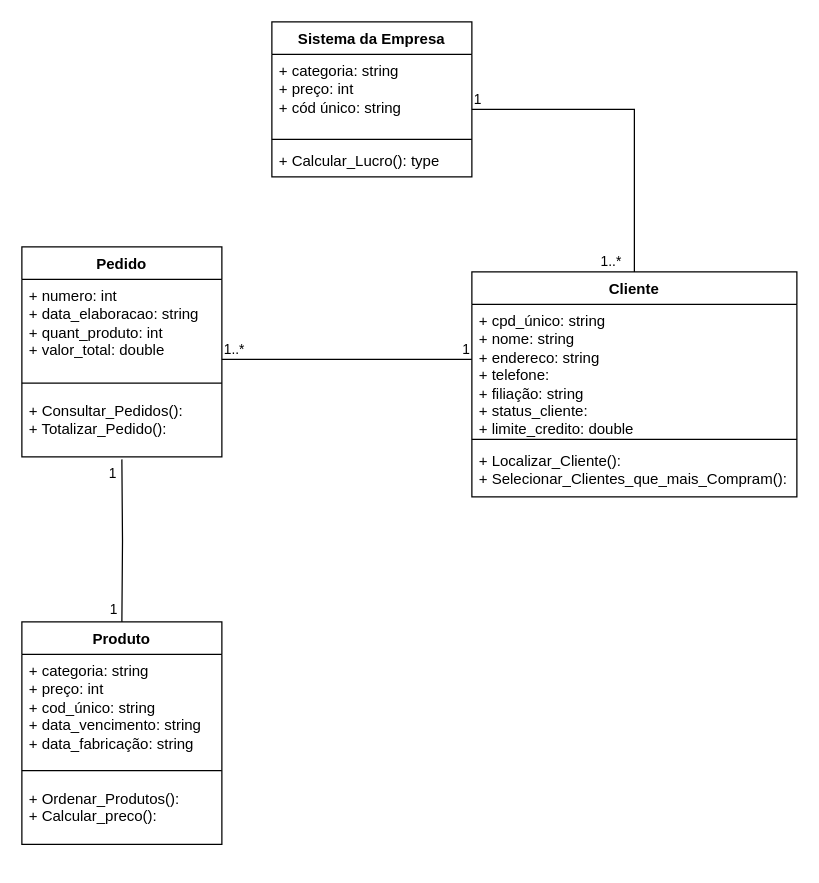
The draw.io diagram Diagrama3.drawio in NicolasEisfeld/Desen-Sistemas-EMI1, before the edit. Source tidied: cells renumbered, new cells numbered last; positions are measured from the earlier drawing's top-left corner, leaving out a move shared by most shapes. Both pictures are drawn from the tidied source at 125%, with x=0, y=0 at pixel (21, 21).
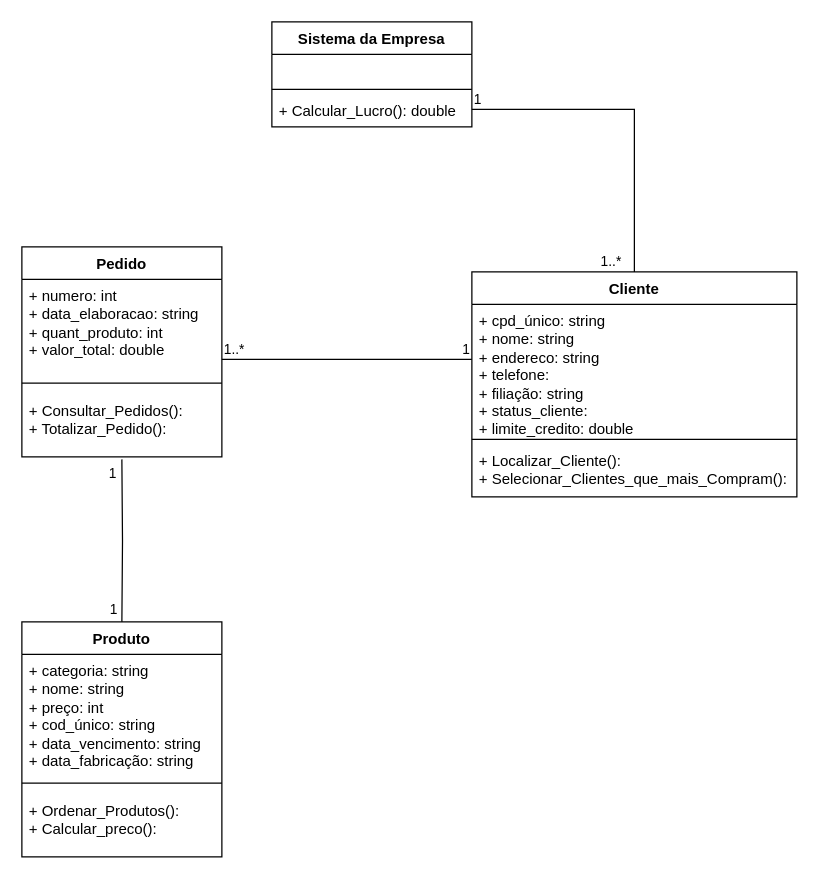
The same page after the edit.

The edit, as a diff of the source:
```diff
@@
     <mxCell id="2" value="Produto" style="swimlane;fontStyle=1;align=center;verticalAlign=top;horizontal=1;startSize=26;whiteSpace=wrap;html=1;" parent="1" vertex="1">
-      <mxGeometry y="480" width="160" height="178" as="geometry" />
+      <mxGeometry y="480" width="160" height="188" as="geometry" />
     </mxCell>
-    <mxCell id="3" value="+ categoria: string&lt;br&gt;+ preço: int&lt;div style=&quot;forced-color-adjust: none;&quot;&gt;+ cod_único: string&lt;br&gt;+ data_vencimento: string&lt;/div&gt;&lt;div style=&quot;forced-color-adjust: none;&quot;&gt;+ data_fabricação: string&lt;/div&gt;" style="text;strokeColor=none;fillColor=none;align=left;verticalAlign=top;spacingLeft=4;spacingRight=4;overflow=hidden;whiteSpace=wrap;html=1;" parent="2" vertex="1">
-      <mxGeometry y="26" width="160" height="84" as="geometry" />
+    <mxCell id="3" value="+ categoria: string&lt;div&gt;+ nome: string&lt;br&gt;+ preço: int&lt;div style=&quot;forced-color-adjust: none;&quot;&gt;+ cod_único: string&lt;br&gt;+ data_vencimento: string&lt;/div&gt;&lt;div style=&quot;forced-color-adjust: none;&quot;&gt;+ data_fabricação: string&lt;/div&gt;&lt;/div&gt;" style="text;strokeColor=none;fillColor=none;align=left;verticalAlign=top;spacingLeft=4;spacingRight=4;overflow=hidden;whiteSpace=wrap;html=1;" parent="2" vertex="1">
+      <mxGeometry y="26" width="160" height="94" as="geometry" />
     </mxCell>
     <mxCell id="4" style="line;strokeWidth=1;fillColor=none;align=left;verticalAlign=middle;spacingTop=-1;spacingLeft=3;spacingRight=3;labelPosition=right;strokeColor=inherit;" parent="2" vertex="1">
-      <mxGeometry y="110" width="160" height="18" as="geometry" />
+      <mxGeometry y="120" width="160" height="18" as="geometry" />
     </mxCell>
     <mxCell id="5" value="+ Ordenar_Produtos():&amp;nbsp;&lt;div&gt;+ Calcular_preco():&amp;nbsp;&lt;/div&gt;" style="text;strokeColor=none;fillColor=none;align=left;verticalAlign=top;spacingLeft=4;spacingRight=4;overflow=hidden;whiteSpace=wrap;html=1;" parent="2" vertex="1">
-      <mxGeometry y="128" width="160" height="50" as="geometry" />
+      <mxGeometry y="138" width="160" height="50" as="geometry" />
     </mxCell>
@@
     <mxCell id="10" value="Sistema da Empresa" style="swimlane;fontStyle=1;align=center;verticalAlign=top;horizontal=1;startSize=26;whiteSpace=wrap;html=1;" parent="1" vertex="1">
-      <mxGeometry x="200" width="160" height="124" as="geometry" />
+      <mxGeometry x="200" width="160" height="84" as="geometry" />
     </mxCell>
-    <mxCell id="11" value="+ categoria: string&lt;br&gt;+ preço: int&lt;div style=&quot;forced-color-adjust: none;&quot;&gt;+ cód único: string&lt;br&gt;&lt;br&gt;&lt;/div&gt;" style="text;strokeColor=none;fillColor=none;align=left;verticalAlign=top;spacingLeft=4;spacingRight=4;overflow=hidden;whiteSpace=wrap;html=1;" parent="10" vertex="1">
-      <mxGeometry y="26" width="160" height="64" as="geometry" />
+    <mxCell id="11" value="&lt;div style=&quot;forced-color-adjust: none;&quot;&gt;&lt;br&gt;&lt;/div&gt;" style="text;strokeColor=none;fillColor=none;align=left;verticalAlign=top;spacingLeft=4;spacingRight=4;overflow=hidden;whiteSpace=wrap;html=1;" parent="10" vertex="1">
+      <mxGeometry y="26" width="160" height="24" as="geometry" />
     </mxCell>
     <mxCell id="12" style="line;strokeWidth=1;fillColor=none;align=left;verticalAlign=middle;spacingTop=-1;spacingLeft=3;spacingRight=3;labelPosition=right;strokeColor=inherit;" parent="10" vertex="1">
-      <mxGeometry y="90" width="160" height="8" as="geometry" />
+      <mxGeometry y="50" width="160" height="8" as="geometry" />
     </mxCell>
-    <mxCell id="13" value="+ Calcular_Lucro(): type" style="text;strokeColor=none;fillColor=none;align=left;verticalAlign=top;spacingLeft=4;spacingRight=4;overflow=hidden;whiteSpace=wrap;html=1;" parent="10" vertex="1">
-      <mxGeometry y="98" width="160" height="26" as="geometry" />
+    <mxCell id="13" value="+ Calcular_Lucro(): double" style="text;strokeColor=none;fillColor=none;align=left;verticalAlign=top;spacingLeft=4;spacingRight=4;overflow=hidden;whiteSpace=wrap;html=1;" parent="10" vertex="1">
+      <mxGeometry y="58" width="160" height="26" as="geometry" />
     </mxCell>
```
